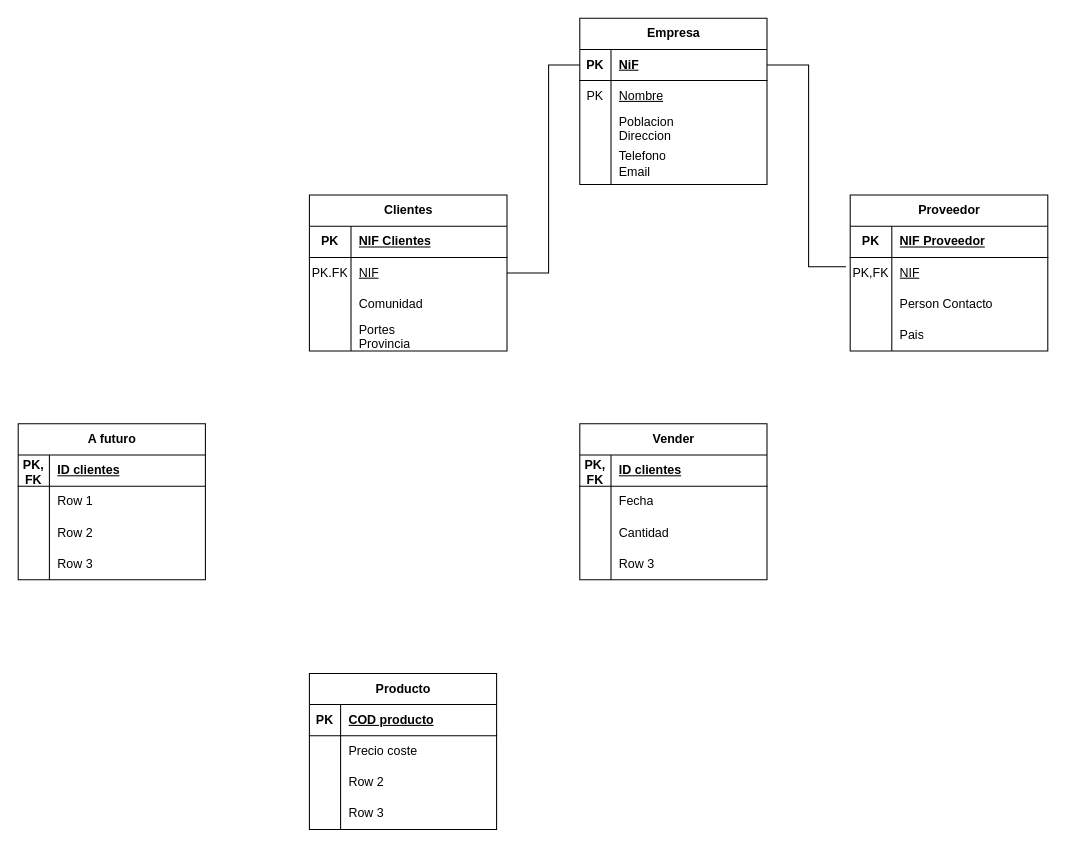
This is Unidad1/Tareas/MR Tarea1/Untitled Diagram.drawio from JVC0/Base-Datos, a draw.io file, before an edit. Source tidied: cells renumbered, new cells numbered last; positions are measured from the earlier drawing's top-left corner, leaving out a move shared by most shapes. Both pictures are drawn from the tidied source at 104%, with x=0, y=0 at pixel (18, 18).
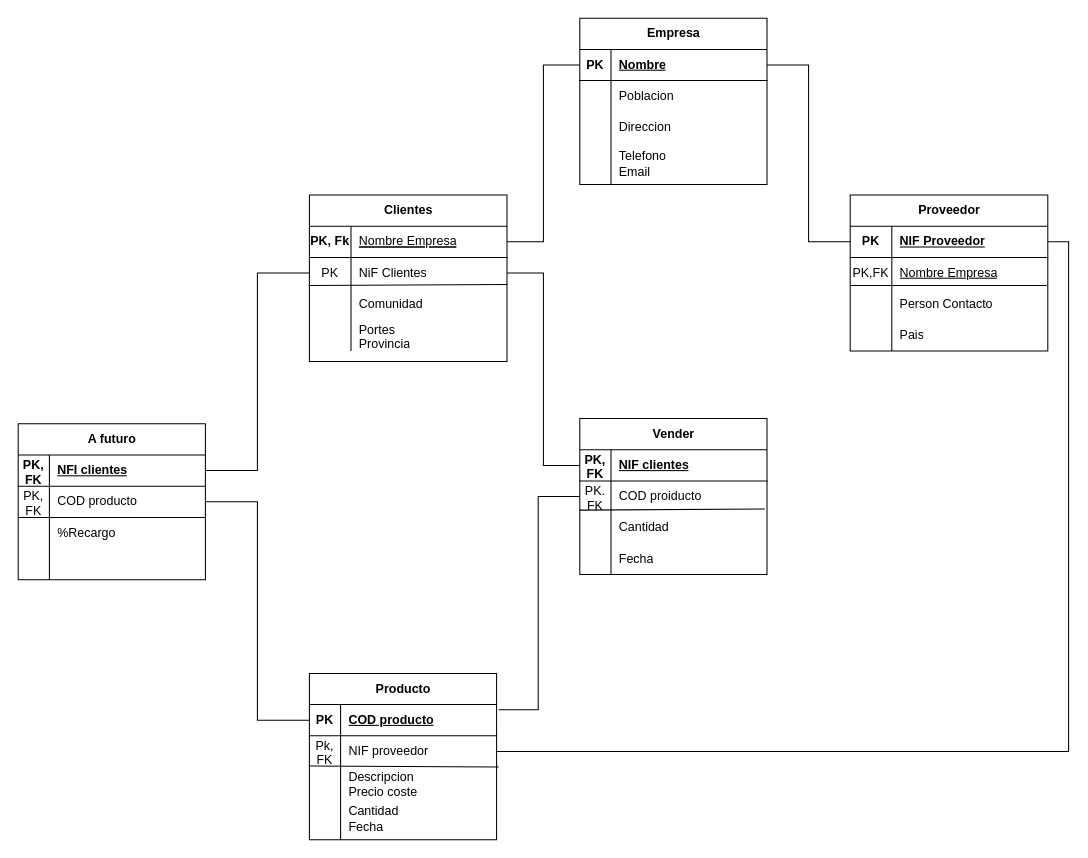
The same diagram, later.

The change refers to these unchanged cells:
```xml
<mxCell id="3" style="shape=tableRow;horizontal=0;startSize=0;swimlaneHead=0;swimlaneBody=0;fillColor=none;points=[[0,0.5],[1,0.5]];portConstraint=eastwest;top=0;left=0;right=0;bottom=1;" parent="2" vertex="1">
  <mxGeometry y="30" width="180" height="30" as="geometry" />
</mxCell>
<mxCell id="6" style="shape=tableRow;horizontal=0;startSize=0;swimlaneHead=0;swimlaneBody=0;fillColor=none;top=0;left=0;right=0;bottom=0;" parent="2" vertex="1">
  <mxGeometry y="60" width="180" height="30" as="geometry" />
</mxCell>
<mxCell id="9" style="shape=tableRow;horizontal=0;startSize=0;swimlaneHead=0;swimlaneBody=0;fillColor=none;top=0;left=0;right=0;bottom=0;" parent="2" vertex="1">
  <mxGeometry y="90" width="180" height="30" as="geometry" />
</mxCell>
<mxCell id="15" value="Proveedor" style="shape=table;startSize=30;childLayout=tableLayout;rowLines=0;fontStyle=1;align=center;html=1;" parent="1" vertex="1">
  <mxGeometry x="800" y="170" width="190" height="150" as="geometry" />
</mxCell>
<mxCell id="16" style="shape=tableRow;horizontal=0;startSize=0;swimlaneHead=0;swimlaneBody=0;fillColor=none;points=[[0,0.5],[1,0.5]];portConstraint=eastwest;top=0;left=0;right=0;bottom=1;" parent="15" vertex="1">
  <mxGeometry y="30" width="190" height="30" as="geometry" />
</mxCell>
<mxCell id="19" style="shape=tableRow;horizontal=0;startSize=0;swimlaneHead=0;swimlaneBody=0;fillColor=none;points=[[0,0.5],[1,0.5]];portConstraint=eastwest;top=0;left=0;right=0;bottom=0;" parent="15" vertex="1">
  <mxGeometry y="60" width="190" height="30" as="geometry" />
</mxCell>
<mxCell id="22" style="shape=tableRow;horizontal=0;startSize=0;swimlaneHead=0;swimlaneBody=0;fillColor=none;points=[[0,0.5],[1,0.5]];portConstraint=eastwest;top=0;left=0;right=0;bottom=0;" parent="15" vertex="1">
  <mxGeometry y="90" width="190" height="30" as="geometry" />
</mxCell>
<mxCell id="29" style="shape=tableRow;horizontal=0;startSize=0;swimlaneHead=0;swimlaneBody=0;fillColor=none;points=[[0,0.5],[1,0.5]];portConstraint=eastwest;top=0;left=0;right=0;bottom=1;" parent="28" vertex="1">
  <mxGeometry y="30" width="190" height="30" as="geometry" />
</mxCell>
<mxCell id="32" style="shape=tableRow;horizontal=0;startSize=0;swimlaneHead=0;swimlaneBody=0;fillColor=none;points=[[0,0.5],[1,0.5]];portConstraint=eastwest;top=0;left=0;right=0;bottom=0;" parent="28" vertex="1">
  <mxGeometry y="60" width="190" height="30" as="geometry" />
</mxCell>
<mxCell id="35" style="shape=tableRow;horizontal=0;startSize=0;swimlaneHead=0;swimlaneBody=0;fillColor=none;points=[[0,0.5],[1,0.5]];portConstraint=eastwest;top=0;left=0;right=0;bottom=0;" parent="28" vertex="1">
  <mxGeometry y="90" width="190" height="30" as="geometry" />
</mxCell>
<mxCell id="44" style="shape=tableRow;horizontal=0;startSize=0;swimlaneHead=0;swimlaneBody=0;fillColor=none;points=[[0,0.5],[1,0.5]];portConstraint=eastwest;top=0;left=0;right=0;bottom=1;" parent="43" vertex="1">
  <mxGeometry y="30" width="180" height="30" as="geometry" />
</mxCell>
<mxCell id="47" style="shape=tableRow;horizontal=0;startSize=0;swimlaneHead=0;swimlaneBody=0;fillColor=none;points=[[0,0.5],[1,0.5]];portConstraint=eastwest;top=0;left=0;right=0;bottom=0;" parent="43" vertex="1">
  <mxGeometry y="60" width="180" height="30" as="geometry" />
</mxCell>
<mxCell id="50" style="shape=tableRow;horizontal=0;startSize=0;swimlaneHead=0;swimlaneBody=0;fillColor=none;points=[[0,0.5],[1,0.5]];portConstraint=eastwest;top=0;left=0;right=0;bottom=0;" parent="43" vertex="1">
  <mxGeometry y="90" width="180" height="30" as="geometry" />
</mxCell>
<mxCell id="53" style="shape=tableRow;horizontal=0;startSize=0;swimlaneHead=0;swimlaneBody=0;fillColor=none;top=0;left=0;right=0;bottom=0;" parent="43" vertex="1">
  <mxGeometry y="120" width="180" height="30" as="geometry" />
</mxCell>
<mxCell id="57" style="shape=tableRow;horizontal=0;startSize=0;swimlaneHead=0;swimlaneBody=0;fillColor=none;points=[[0,0.5],[1,0.5]];portConstraint=eastwest;top=0;left=0;right=0;bottom=1;" parent="56" vertex="1">
  <mxGeometry y="30" width="180" height="30" as="geometry" />
</mxCell>
<mxCell id="60" style="shape=tableRow;horizontal=0;startSize=0;swimlaneHead=0;swimlaneBody=0;fillColor=none;points=[[0,0.5],[1,0.5]];portConstraint=eastwest;top=0;left=0;right=0;bottom=0;" parent="56" vertex="1">
  <mxGeometry y="60" width="180" height="30" as="geometry" />
</mxCell>
<mxCell id="63" style="shape=tableRow;horizontal=0;startSize=0;swimlaneHead=0;swimlaneBody=0;fillColor=none;points=[[0,0.5],[1,0.5]];portConstraint=eastwest;top=0;left=0;right=0;bottom=0;" parent="56" vertex="1">
  <mxGeometry y="90" width="180" height="30" as="geometry" />
</mxCell>
<mxCell id="69" value="A futuro" style="shape=table;startSize=30;childLayout=tableLayout;rowLines=0;fontStyle=1;align=center;html=1;" parent="1" vertex="1">
  <mxGeometry y="390" width="180" height="150" as="geometry" />
</mxCell>
<mxCell id="70" style="shape=tableRow;horizontal=0;startSize=0;swimlaneHead=0;swimlaneBody=0;fillColor=none;points=[[0,0.5],[1,0.5]];portConstraint=eastwest;top=0;left=0;right=0;bottom=1;" parent="69" vertex="1">
  <mxGeometry y="30" width="180" height="30" as="geometry" />
</mxCell>
<mxCell id="73" style="shape=tableRow;horizontal=0;startSize=0;swimlaneHead=0;swimlaneBody=0;fillColor=none;points=[[0,0.5],[1,0.5]];portConstraint=eastwest;top=0;left=0;right=0;bottom=0;" parent="69" vertex="1">
  <mxGeometry y="60" width="180" height="30" as="geometry" />
</mxCell>
<mxCell id="76" style="shape=tableRow;horizontal=0;startSize=0;swimlaneHead=0;swimlaneBody=0;fillColor=none;points=[[0,0.5],[1,0.5]];portConstraint=eastwest;top=0;left=0;right=0;bottom=0;" parent="69" vertex="1">
  <mxGeometry y="90" width="180" height="30" as="geometry" />
</mxCell>
<mxCell id="79" style="shape=tableRow;horizontal=0;startSize=0;swimlaneHead=0;swimlaneBody=0;fillColor=none;top=0;left=0;right=0;bottom=0;" parent="69" vertex="1">
  <mxGeometry y="120" width="180" height="30" as="geometry" />
</mxCell>
```

What changed in the source:
```diff
@@
-    <mxCell id="5" value="NiF" style="shape=partialRectangle;fillColor=none;top=0;left=0;bottom=0;right=0;align=left;spacingLeft=6;fontStyle=5;overflow=hidden;whiteSpace=wrap;html=1;" parent="3" vertex="1">
+    <mxCell id="5" value="Nombre" style="shape=partialRectangle;fillColor=none;top=0;left=0;bottom=0;right=0;align=left;spacingLeft=6;fontStyle=5;overflow=hidden;whiteSpace=wrap;html=1;" parent="3" vertex="1">
       <mxGeometry x="30" width="150" height="30" as="geometry" />
     </mxCell>
@@
-    <mxCell id="7" value="PK" style="shape=partialRectangle;fillColor=none;top=0;left=0;bottom=0;right=0;overflow=hidden;whiteSpace=wrap;html=1;" parent="6" vertex="1">
+    <mxCell id="7" style="shape=partialRectangle;fillColor=none;top=0;left=0;bottom=0;right=0;overflow=hidden;whiteSpace=wrap;html=1;" parent="6" vertex="1">
       <mxGeometry width="30" height="30" as="geometry" />
     </mxCell>
-    <mxCell id="8" value="&lt;u&gt;Nombre&lt;/u&gt;" style="shape=partialRectangle;fillColor=none;top=0;left=0;bottom=0;right=0;align=left;spacingLeft=6;overflow=hidden;whiteSpace=wrap;html=1;" parent="6" vertex="1">
+    <mxCell id="8" value="Poblacion" style="shape=partialRectangle;fillColor=none;top=0;left=0;bottom=0;right=0;align=left;spacingLeft=6;overflow=hidden;whiteSpace=wrap;html=1;" parent="6" vertex="1">
       <mxGeometry x="30" width="150" height="30" as="geometry" />
     </mxCell>
@@
-    <mxCell id="11" value="Poblacion&lt;br&gt;Direccion" style="shape=partialRectangle;fillColor=none;top=0;left=0;bottom=0;right=0;align=left;spacingLeft=6;overflow=hidden;whiteSpace=wrap;html=1;" parent="9" vertex="1">
+    <mxCell id="11" value="Direccion" style="shape=partialRectangle;fillColor=none;top=0;left=0;bottom=0;right=0;align=left;spacingLeft=6;overflow=hidden;whiteSpace=wrap;html=1;" parent="9" vertex="1">
       <mxGeometry x="30" width="150" height="30" as="geometry" />
     </mxCell>
@@
-    <mxCell id="21" value="&lt;u&gt;NIF&lt;/u&gt;" style="shape=partialRectangle;fillColor=none;top=0;left=0;bottom=0;right=0;align=left;spacingLeft=6;overflow=hidden;whiteSpace=wrap;html=1;" parent="19" vertex="1">
+    <mxCell id="21" value="&lt;u&gt;Nombre Empresa&lt;/u&gt;" style="shape=partialRectangle;fillColor=none;top=0;left=0;bottom=0;right=0;align=left;spacingLeft=6;overflow=hidden;whiteSpace=wrap;html=1;" parent="19" vertex="1">
       <mxGeometry x="40" width="150" height="30" as="geometry" />
     </mxCell>
@@
+    <mxCell id="82" style="endArrow=none;html=1;rounded=0;entryX=0.995;entryY=-0.1;entryDx=0;entryDy=0;entryPerimeter=0;" parent="15" edge="1" target="22">
+      <mxGeometry relative="1" as="geometry">
+        <mxPoint y="87" as="sourcePoint" />
+      </mxGeometry>
+    </mxCell>
     <mxCell id="28" value="Clientes" style="shape=table;startSize=30;childLayout=tableLayout;rowLines=0;fontStyle=1;align=center;html=1;" parent="1" vertex="1">
-      <mxGeometry x="280" y="170" width="190" height="150" as="geometry" />
+      <mxGeometry x="280" y="170" width="190" height="160" as="geometry" />
     </mxCell>
@@
-    <mxCell id="30" value="PK" style="shape=partialRectangle;fillColor=none;top=0;left=0;bottom=0;right=0;fontStyle=1;overflow=hidden;whiteSpace=wrap;html=1;" parent="29" vertex="1">
+    <mxCell id="30" value="PK, Fk" style="shape=partialRectangle;fillColor=none;top=0;left=0;bottom=0;right=0;fontStyle=1;overflow=hidden;whiteSpace=wrap;html=1;" parent="29" vertex="1">
       <mxGeometry width="40" height="30" as="geometry" />
     </mxCell>
-    <mxCell id="31" value="NIF Clientes" style="shape=partialRectangle;fillColor=none;top=0;left=0;bottom=0;right=0;align=left;spacingLeft=6;fontStyle=5;overflow=hidden;whiteSpace=wrap;html=1;" parent="29" vertex="1">
+    <mxCell id="31" value="&lt;u style=&quot;border-color: var(--border-color); font-weight: 400;&quot;&gt;Nombre Empresa&lt;/u&gt;" style="shape=partialRectangle;fillColor=none;top=0;left=0;bottom=0;right=0;align=left;spacingLeft=6;fontStyle=5;overflow=hidden;whiteSpace=wrap;html=1;" parent="29" vertex="1">
       <mxGeometry x="40" width="150" height="30" as="geometry" />
     </mxCell>
@@
-    <mxCell id="33" value="PK.FK" style="shape=partialRectangle;fillColor=none;top=0;left=0;bottom=0;right=0;overflow=hidden;whiteSpace=wrap;html=1;" parent="32" vertex="1">
+    <mxCell id="33" value="PK" style="shape=partialRectangle;fillColor=none;top=0;left=0;bottom=0;right=0;overflow=hidden;whiteSpace=wrap;html=1;" parent="32" vertex="1">
       <mxGeometry width="40" height="30" as="geometry" />
     </mxCell>
-    <mxCell id="34" value="&lt;u&gt;NIF&lt;/u&gt;" style="shape=partialRectangle;fillColor=none;top=0;left=0;bottom=0;right=0;align=left;spacingLeft=6;overflow=hidden;whiteSpace=wrap;html=1;" parent="32" vertex="1">
+    <mxCell id="34" value="NiF Clientes" style="shape=partialRectangle;fillColor=none;top=0;left=0;bottom=0;right=0;align=left;spacingLeft=6;overflow=hidden;whiteSpace=wrap;html=1;" parent="32" vertex="1">
       <mxGeometry x="40" width="150" height="30" as="geometry" />
     </mxCell>
@@
-    <mxCell id="41" style="endArrow=none;html=1;rounded=0;entryX=1;entryY=0.5;entryDx=0;entryDy=0;exitX=-0.021;exitY=0.3;exitDx=0;exitDy=0;exitPerimeter=0;" parent="1" edge="1" source="19" target="3">
-      <mxGeometry relative="1" as="geometry">
-        <Array as="points">
-          <mxPoint x="760" y="239" />
-          <mxPoint x="760" y="45" />
-        </Array>
-      </mxGeometry>
-    </mxCell>
-    <mxCell id="42" style="endArrow=none;html=1;rounded=0;entryX=0;entryY=0.5;entryDx=0;entryDy=0;exitX=1;exitY=0.5;exitDx=0;exitDy=0;" parent="1" edge="1" source="32" target="3">
-      <mxGeometry relative="1" as="geometry">
-        <Array as="points">
-          <mxPoint x="510" y="245" />
-          <mxPoint x="510" y="45" />
-        </Array>
-      </mxGeometry>
-    </mxCell>
+    <mxCell id="83" style="endArrow=none;html=1;rounded=0;exitX=-0.005;exitY=-0.1;exitDx=0;exitDy=0;exitPerimeter=0;" parent="28" edge="1" source="35">
+      <mxGeometry relative="1" as="geometry">
+        <mxPoint x="190" y="86" as="targetPoint" />
+      </mxGeometry>
+    </mxCell>
     <mxCell id="43" value="Vender" style="shape=table;startSize=30;childLayout=tableLayout;rowLines=0;fontStyle=1;align=center;html=1;" parent="1" vertex="1">
-      <mxGeometry x="540" y="390" width="180" height="150" as="geometry" />
+      <mxGeometry x="540" y="385" width="180" height="150" as="geometry" />
     </mxCell>
@@
-    <mxCell id="46" value="ID clientes" style="shape=partialRectangle;fillColor=none;top=0;left=0;bottom=0;right=0;align=left;spacingLeft=6;fontStyle=5;overflow=hidden;whiteSpace=wrap;html=1;" parent="44" vertex="1">
+    <mxCell id="46" value="NIF clientes" style="shape=partialRectangle;fillColor=none;top=0;left=0;bottom=0;right=0;align=left;spacingLeft=6;fontStyle=5;overflow=hidden;whiteSpace=wrap;html=1;" parent="44" vertex="1">
       <mxGeometry x="30" width="150" height="30" as="geometry" />
     </mxCell>
@@
-    <mxCell id="48" style="shape=partialRectangle;fillColor=none;top=0;left=0;bottom=0;right=0;overflow=hidden;whiteSpace=wrap;html=1;" parent="47" vertex="1">
+    <mxCell id="48" value="PK. FK" style="shape=partialRectangle;fillColor=none;top=0;left=0;bottom=0;right=0;overflow=hidden;whiteSpace=wrap;html=1;" parent="47" vertex="1">
       <mxGeometry width="30" height="30" as="geometry" />
     </mxCell>
-    <mxCell id="49" value="Fecha" style="shape=partialRectangle;fillColor=none;top=0;left=0;bottom=0;right=0;align=left;spacingLeft=6;overflow=hidden;whiteSpace=wrap;html=1;" parent="47" vertex="1">
+    <mxCell id="49" value="COD proiducto" style="shape=partialRectangle;fillColor=none;top=0;left=0;bottom=0;right=0;align=left;spacingLeft=6;overflow=hidden;whiteSpace=wrap;html=1;" parent="47" vertex="1">
       <mxGeometry x="30" width="150" height="30" as="geometry" />
     </mxCell>
@@
-    <mxCell id="55" value="Row 3" style="shape=partialRectangle;fillColor=none;top=0;left=0;bottom=0;right=0;align=left;spacingLeft=6;overflow=hidden;whiteSpace=wrap;html=1;" parent="53" vertex="1">
+    <mxCell id="55" value="Fecha" style="shape=partialRectangle;fillColor=none;top=0;left=0;bottom=0;right=0;align=left;spacingLeft=6;overflow=hidden;whiteSpace=wrap;html=1;" parent="53" vertex="1">
       <mxGeometry x="30" width="150" height="30" as="geometry" />
     </mxCell>
+    <mxCell id="84" style="endArrow=none;html=1;rounded=0;entryX=0.989;entryY=-0.1;entryDx=0;entryDy=0;entryPerimeter=0;exitX=0;exitY=-0.067;exitDx=0;exitDy=0;exitPerimeter=0;" parent="43" edge="1" source="50" target="50">
+      <mxGeometry relative="1" as="geometry" />
+    </mxCell>
     <mxCell id="56" value="Producto" style="shape=table;startSize=30;childLayout=tableLayout;rowLines=0;fontStyle=1;align=center;html=1;" parent="1" vertex="1">
-      <mxGeometry x="280" y="630" width="180" height="150" as="geometry" />
+      <mxGeometry x="280" y="630" width="180" height="160" as="geometry" />
     </mxCell>
@@
-    <mxCell id="61" style="shape=partialRectangle;fillColor=none;top=0;left=0;bottom=0;right=0;overflow=hidden;whiteSpace=wrap;html=1;" parent="60" vertex="1">
+    <mxCell id="61" value="Pk,&lt;br&gt;FK" style="shape=partialRectangle;fillColor=none;top=0;left=0;bottom=0;right=0;overflow=hidden;whiteSpace=wrap;html=1;" parent="60" vertex="1">
       <mxGeometry width="30" height="30" as="geometry" />
     </mxCell>
-    <mxCell id="62" value="Precio coste&lt;span style=&quot;white-space: pre;&quot;&gt;&#9;&lt;/span&gt;" style="shape=partialRectangle;fillColor=none;top=0;left=0;bottom=0;right=0;align=left;spacingLeft=6;overflow=hidden;whiteSpace=wrap;html=1;" parent="60" vertex="1">
+    <mxCell id="62" value="NIF proveedor" style="shape=partialRectangle;fillColor=none;top=0;left=0;bottom=0;right=0;align=left;spacingLeft=6;overflow=hidden;whiteSpace=wrap;html=1;" parent="60" vertex="1">
       <mxGeometry x="30" width="150" height="30" as="geometry" />
     </mxCell>
@@
-    <mxCell id="65" value="Row 2" style="shape=partialRectangle;fillColor=none;top=0;left=0;bottom=0;right=0;align=left;spacingLeft=6;overflow=hidden;whiteSpace=wrap;html=1;" parent="63" vertex="1">
+    <mxCell id="65" value="Descripcion&lt;br&gt;Precio coste" style="shape=partialRectangle;fillColor=none;top=0;left=0;bottom=0;right=0;align=left;spacingLeft=6;overflow=hidden;whiteSpace=wrap;html=1;" parent="63" vertex="1">
       <mxGeometry x="30" width="150" height="30" as="geometry" />
     </mxCell>
     <mxCell id="66" style="shape=tableRow;horizontal=0;startSize=0;swimlaneHead=0;swimlaneBody=0;fillColor=none;top=0;left=0;right=0;bottom=0;" parent="56" vertex="1">
-      <mxGeometry y="120" width="180" height="30" as="geometry" />
+      <mxGeometry y="120" width="180" height="40" as="geometry" />
     </mxCell>
     <mxCell id="67" style="shape=partialRectangle;fillColor=none;top=0;left=0;bottom=0;right=0;overflow=hidden;whiteSpace=wrap;html=1;" parent="66" vertex="1">
-      <mxGeometry width="30" height="30" as="geometry" />
+      <mxGeometry width="30" height="40" as="geometry" />
     </mxCell>
-    <mxCell id="68" value="Row 3" style="shape=partialRectangle;fillColor=none;top=0;left=0;bottom=0;right=0;align=left;spacingLeft=6;overflow=hidden;whiteSpace=wrap;html=1;" parent="66" vertex="1">
-      <mxGeometry x="30" width="150" height="30" as="geometry" />
+    <mxCell id="68" value="Cantidad&lt;br&gt;Fecha" style="shape=partialRectangle;fillColor=none;top=0;left=0;bottom=0;right=0;align=left;spacingLeft=6;overflow=hidden;whiteSpace=wrap;html=1;" parent="66" vertex="1">
+      <mxGeometry x="30" width="150" height="40" as="geometry" />
     </mxCell>
+    <mxCell id="85" style="endArrow=none;html=1;rounded=0;exitX=0;exitY=-0.033;exitDx=0;exitDy=0;exitPerimeter=0;entryX=1.011;entryY=1;entryDx=0;entryDy=0;entryPerimeter=0;" parent="56" edge="1" source="63" target="60">
+      <mxGeometry relative="1" as="geometry" />
+    </mxCell>
@@
-    <mxCell id="72" value="ID clientes" style="shape=partialRectangle;fillColor=none;top=0;left=0;bottom=0;right=0;align=left;spacingLeft=6;fontStyle=5;overflow=hidden;whiteSpace=wrap;html=1;" parent="70" vertex="1">
+    <mxCell id="72" value="NFI clientes" style="shape=partialRectangle;fillColor=none;top=0;left=0;bottom=0;right=0;align=left;spacingLeft=6;fontStyle=5;overflow=hidden;whiteSpace=wrap;html=1;" parent="70" vertex="1">
       <mxGeometry x="30" width="150" height="30" as="geometry" />
     </mxCell>
@@
-    <mxCell id="74" style="shape=partialRectangle;fillColor=none;top=0;left=0;bottom=0;right=0;overflow=hidden;whiteSpace=wrap;html=1;" parent="73" vertex="1">
+    <mxCell id="74" value="PK,&lt;br&gt;FK" style="shape=partialRectangle;fillColor=none;top=0;left=0;bottom=0;right=0;overflow=hidden;whiteSpace=wrap;html=1;" parent="73" vertex="1">
       <mxGeometry width="30" height="30" as="geometry" />
     </mxCell>
-    <mxCell id="75" value="Row 1" style="shape=partialRectangle;fillColor=none;top=0;left=0;bottom=0;right=0;align=left;spacingLeft=6;overflow=hidden;whiteSpace=wrap;html=1;" parent="73" vertex="1">
+    <mxCell id="75" value="COD producto" style="shape=partialRectangle;fillColor=none;top=0;left=0;bottom=0;right=0;align=left;spacingLeft=6;overflow=hidden;whiteSpace=wrap;html=1;" parent="73" vertex="1">
       <mxGeometry x="30" width="150" height="30" as="geometry" />
     </mxCell>
@@
-    <mxCell id="78" value="Row 2" style="shape=partialRectangle;fillColor=none;top=0;left=0;bottom=0;right=0;align=left;spacingLeft=6;overflow=hidden;whiteSpace=wrap;html=1;" parent="76" vertex="1">
+    <mxCell id="78" value="%Recargo" style="shape=partialRectangle;fillColor=none;top=0;left=0;bottom=0;right=0;align=left;spacingLeft=6;overflow=hidden;whiteSpace=wrap;html=1;" parent="76" vertex="1">
       <mxGeometry x="30" width="150" height="30" as="geometry" />
     </mxCell>
@@
-    <mxCell id="81" value="Row 3" style="shape=partialRectangle;fillColor=none;top=0;left=0;bottom=0;right=0;align=left;spacingLeft=6;overflow=hidden;whiteSpace=wrap;html=1;" parent="79" vertex="1">
+    <mxCell id="81" style="shape=partialRectangle;fillColor=none;top=0;left=0;bottom=0;right=0;align=left;spacingLeft=6;overflow=hidden;whiteSpace=wrap;html=1;" parent="79" vertex="1">
       <mxGeometry x="30" width="150" height="30" as="geometry" />
     </mxCell>
+    <mxCell id="86" style="endArrow=none;html=1;rounded=0;exitX=0;exitY=0;exitDx=0;exitDy=0;exitPerimeter=0;" parent="69" edge="1" source="76">
+      <mxGeometry relative="1" as="geometry">
+        <mxPoint x="180" y="90" as="targetPoint" />
+      </mxGeometry>
+    </mxCell>
+    <mxCell id="87" style="edgeStyle=orthogonalEdgeStyle;rounded=0;jettySize=auto;html=1;entryX=1;entryY=0.5;entryDx=0;entryDy=0;exitX=0;exitY=0.5;exitDx=0;exitDy=0;endArrow=none;endFill=0;" parent="1" edge="1" source="44" target="32">
+      <mxGeometry relative="1" as="geometry" />
+    </mxCell>
+    <mxCell id="88" style="edgeStyle=orthogonalEdgeStyle;rounded=0;jettySize=auto;html=1;entryX=0;entryY=0.5;entryDx=0;entryDy=0;endArrow=none;endFill=0;" parent="1" edge="1" source="70" target="32">
+      <mxGeometry relative="1" as="geometry" />
+    </mxCell>
+    <mxCell id="89" style="edgeStyle=orthogonalEdgeStyle;rounded=0;jettySize=auto;html=1;entryX=0;entryY=0.5;entryDx=0;entryDy=0;endArrow=none;endFill=0;" parent="1" edge="1" source="29" target="3">
+      <mxGeometry relative="1" as="geometry" />
+    </mxCell>
+    <mxCell id="90" style="edgeStyle=orthogonalEdgeStyle;rounded=0;jettySize=auto;html=1;entryX=1;entryY=0.5;entryDx=0;entryDy=0;endArrow=none;endFill=0;" parent="1" edge="1" source="16" target="3">
+      <mxGeometry relative="1" as="geometry" />
+    </mxCell>
+    <mxCell id="91" style="edgeStyle=orthogonalEdgeStyle;rounded=0;jettySize=auto;html=1;entryX=0;entryY=0.5;entryDx=0;entryDy=0;endArrow=none;endFill=0;" parent="1" edge="1" source="73" target="57">
+      <mxGeometry relative="1" as="geometry" />
+    </mxCell>
+    <mxCell id="92" style="edgeStyle=orthogonalEdgeStyle;rounded=0;jettySize=auto;html=1;endArrow=none;endFill=0;entryX=1.011;entryY=0.167;entryDx=0;entryDy=0;entryPerimeter=0;" parent="1" edge="1" source="47" target="57">
+      <mxGeometry relative="1" as="geometry" />
+    </mxCell>
+    <mxCell id="93" style="edgeStyle=orthogonalEdgeStyle;rounded=0;jettySize=auto;html=1;entryX=1;entryY=0.5;entryDx=0;entryDy=0;endArrow=none;endFill=0;" parent="1" edge="1" source="60" target="16">
+      <mxGeometry relative="1" as="geometry" />
+    </mxCell>
```
